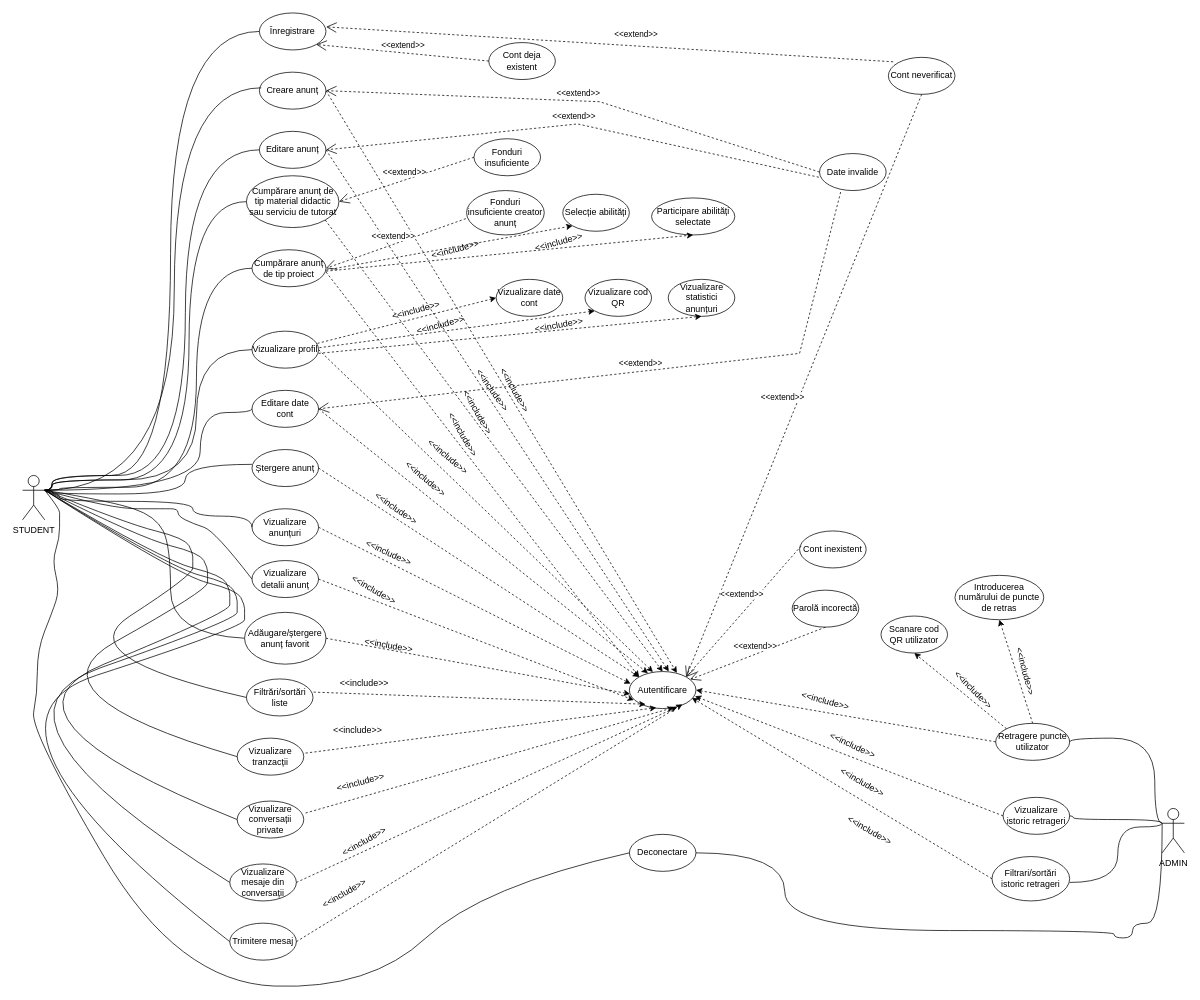
anisia1204/BidPlatformForStudents keeps this draw.io diagram as page "usecase-diagram" (2 of 4) of Diagramă fără titlu.drawio. Above is the earlier version. Source tidied: cells renumbered, new cells numbered last; positions are measured from the earlier drawing's top-left corner, leaving out a move shared by most shapes. Both pictures are drawn from the tidied source at 74%, with x=0, y=0 at pixel (-52, 13).
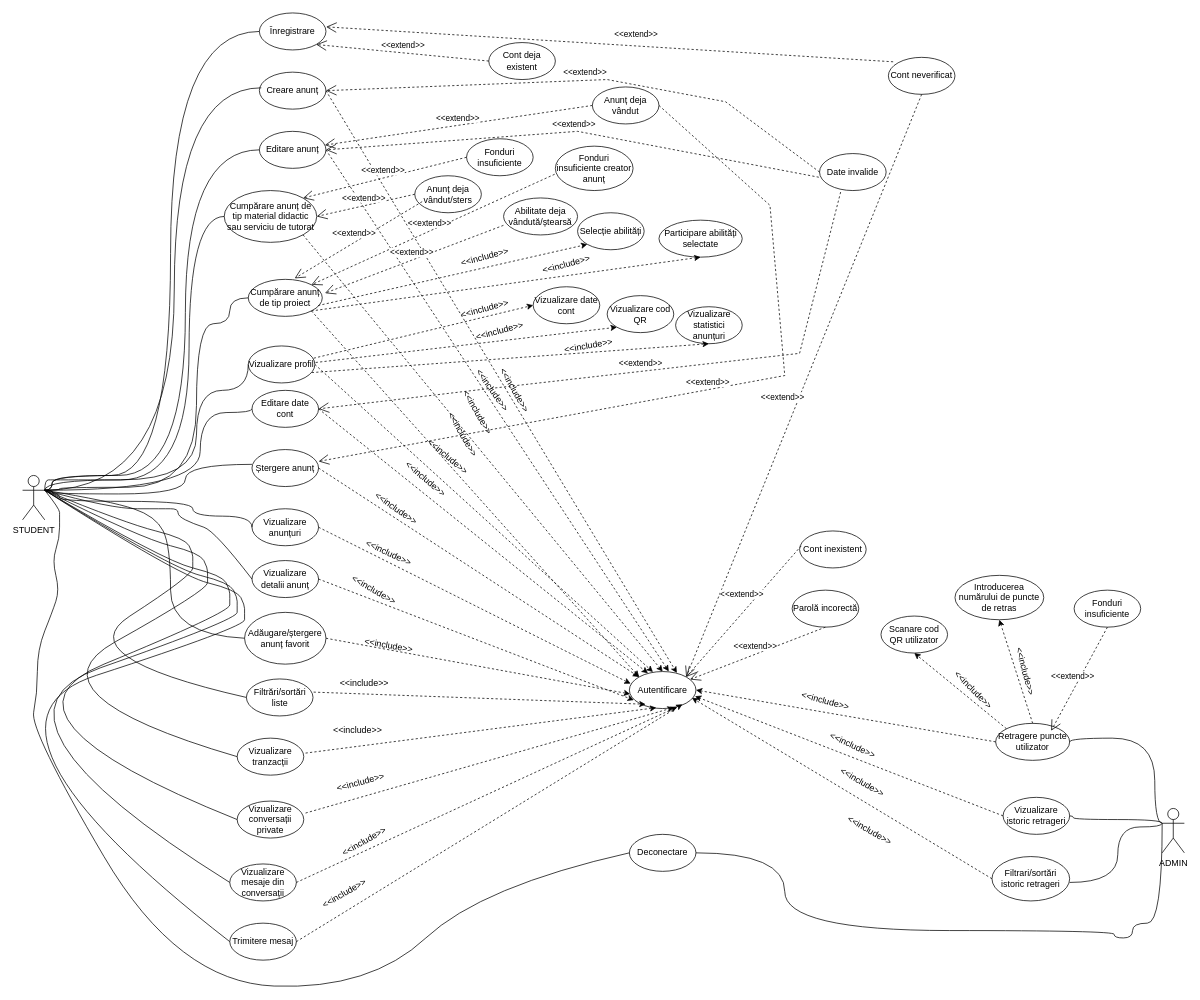
Above is the later version.

Commit message:
final form of usecase diagram

Unchanged cells that the change refers to:
```xml
<mxCell id="2" value="STUDENT" style="shape=umlActor;verticalLabelPosition=bottom;verticalAlign=top;html=1;" parent="1" vertex="1">
  <mxGeometry x="100" y="625" width="30" height="60" as="geometry" />
</mxCell>
<mxCell id="5" value="Autentificare" style="ellipse;whiteSpace=wrap;html=1;" parent="1" vertex="1">
  <mxGeometry x="920" y="890" width="90" height="50" as="geometry" />
</mxCell>
<mxCell id="6" value="Creare anunț" style="ellipse;whiteSpace=wrap;html=1;" parent="1" vertex="1">
  <mxGeometry x="420" y="80" width="90" height="50" as="geometry" />
</mxCell>
<mxCell id="7" value="Editare anunț" style="ellipse;whiteSpace=wrap;html=1;" parent="1" vertex="1">
  <mxGeometry x="420" y="160" width="90" height="50" as="geometry" />
</mxCell>
<mxCell id="117" value="Date invalide" style="ellipse;whiteSpace=wrap;html=1;" parent="1" vertex="1">
  <mxGeometry x="1177" y="190" width="90" height="50" as="geometry" />
</mxCell>
```

What changed in the source:
```diff
@@
     <mxCell id="8" value="Cumpărare anunț de tip material didactic sau serviciu de tutorat" style="ellipse;whiteSpace=wrap;html=1;" parent="1" vertex="1">
-      <mxGeometry x="402.5" y="220" width="125" height="70" as="geometry" />
+      <mxGeometry x="372.5" y="240" width="125" height="70" as="geometry" />
     </mxCell>
     <mxCell id="9" value="Vizualizare profil" style="ellipse;whiteSpace=wrap;html=1;" parent="1" vertex="1">
-      <mxGeometry x="410" y="430" width="90" height="50" as="geometry" />
+      <mxGeometry x="405" y="450" width="90" height="50" as="geometry" />
     </mxCell>
@@
     <mxCell id="34" style="edgeStyle=orthogonalEdgeStyle;rounded=0;jettySize=auto;html=1;exitX=1;exitY=0.3333333333333333;exitDx=0;exitDy=0;exitPerimeter=0;curved=1;endArrow=none;endFill=0;entryX=0;entryY=0.5;entryDx=0;entryDy=0;" parent="1" edge="1" source="2" target="9">
       <mxGeometry relative="1" as="geometry">
         <Array as="points">
-          <mxPoint x="140" y="631" />
+          <mxPoint x="130" y="631" />
           <mxPoint x="335" y="631" />
-          <mxPoint x="335" y="455" />
+          <mxPoint x="335" y="510" />
+          <mxPoint x="405" y="510" />
         </Array>
       </mxGeometry>
     </mxCell>
@@
     <mxCell id="94" value="Cumpărare anunț de tip proiect" style="ellipse;whiteSpace=wrap;html=1;" parent="1" vertex="1">
-      <mxGeometry x="410" y="320" width="100" height="50" as="geometry" />
+      <mxGeometry x="405" y="360" width="100" height="50" as="geometry" />
     </mxCell>
     <mxCell id="95" style="edgeStyle=orthogonalEdgeStyle;rounded=0;jettySize=auto;html=1;curved=1;endArrow=none;endFill=0;entryX=0;entryY=0.5;entryDx=0;entryDy=0;exitX=1;exitY=0.3333333333333333;exitDx=0;exitDy=0;exitPerimeter=0;" parent="1" edge="1" source="2" target="94">
       <mxGeometry relative="1" as="geometry">
         <Array as="points">
           <mxPoint x="150" y="645" />
           <mxPoint x="150" y="641" />
           <mxPoint x="335" y="641" />
-          <mxPoint x="335" y="345" />
+          <mxPoint x="335" y="420" />
+          <mxPoint x="380" y="420" />
+          <mxPoint x="380" y="385" />
         </Array>
       </mxGeometry>
     </mxCell>
-    <mxCell id="96" style="endArrow=classic;dashed=1;html=1;rounded=0;exitX=1.001;exitY=0.602;exitDx=0;exitDy=0;entryX=0;entryY=0;entryDx=0;entryDy=0;endFill=1;exitPerimeter=0;" parent="1" edge="1" source="94" target="5">
+    <mxCell id="96" style="endArrow=classic;dashed=1;html=1;rounded=0;exitX=1;exitY=1;exitDx=0;exitDy=0;entryX=0;entryY=0;entryDx=0;entryDy=0;endFill=1;" parent="1" edge="1" source="94" target="5">
       <mxGeometry relative="1" as="geometry" />
     </mxCell>
@@
     <mxCell id="98" value="Fonduri insuficiente" style="ellipse;whiteSpace=wrap;html=1;" parent="1" vertex="1">
-      <mxGeometry x="710" y="170" width="90" height="50" as="geometry" />
+      <mxGeometry x="700" y="170" width="90" height="50" as="geometry" />
     </mxCell>
-    <mxCell id="99" value="&amp;lt;&amp;lt;extend&amp;gt;&amp;gt;" style="endArrow=open;endSize=12;dashed=1;html=1;rounded=0;exitX=0;exitY=0.5;exitDx=0;exitDy=0;entryX=1;entryY=0.5;entryDx=0;entryDy=0;" parent="1" edge="1" source="98" target="8">
+    <mxCell id="99" value="&amp;lt;&amp;lt;extend&amp;gt;&amp;gt;" style="endArrow=open;endSize=12;dashed=1;html=1;rounded=0;exitX=0;exitY=0.5;exitDx=0;exitDy=0;entryX=1;entryY=0;entryDx=0;entryDy=0;" parent="1" edge="1" source="98" target="8">
       <mxGeometry y="-10" relative="1" as="geometry" />
     </mxCell>
     <mxCell id="100" value="Fonduri insuficiente creator anunț" style="ellipse;whiteSpace=wrap;html=1;" parent="1" vertex="1">
-      <mxGeometry x="700" y="240" width="105" height="60" as="geometry" />
+      <mxGeometry x="820" y="180" width="105" height="60" as="geometry" />
     </mxCell>
-    <mxCell id="101" value="&amp;lt;&amp;lt;extend&amp;gt;&amp;gt;" style="endArrow=open;endSize=12;dashed=1;html=1;rounded=0;exitX=-0.009;exitY=0.633;exitDx=0;exitDy=0;entryX=1;entryY=0.5;entryDx=0;entryDy=0;exitPerimeter=0;" parent="1" edge="1" source="100" target="94">
+    <mxCell id="101" value="&amp;lt;&amp;lt;extend&amp;gt;&amp;gt;" style="endArrow=open;endSize=12;dashed=1;html=1;rounded=0;exitX=-0.009;exitY=0.633;exitDx=0;exitDy=0;entryX=1;entryY=0;entryDx=0;entryDy=0;exitPerimeter=0;" parent="1" edge="1" source="100" target="94">
       <mxGeometry y="-10" relative="1" as="geometry" />
     </mxCell>
     <mxCell id="102" value="Selecție abilități" style="ellipse;whiteSpace=wrap;html=1;" parent="1" vertex="1">
-      <mxGeometry x="830" y="245" width="90" height="50" as="geometry" />
+      <mxGeometry x="850" y="270" width="90" height="50" as="geometry" />
     </mxCell>
     <mxCell id="103" value="Participare abilități selectate" style="ellipse;whiteSpace=wrap;html=1;" parent="1" vertex="1">
-      <mxGeometry x="950" y="250" width="112.5" height="50" as="geometry" />
+      <mxGeometry x="960" y="280" width="112.5" height="50" as="geometry" />
     </mxCell>
-    <mxCell id="104" style="endArrow=classic;dashed=1;html=1;rounded=0;exitX=1.004;exitY=0.549;exitDx=0;exitDy=0;entryX=0;entryY=1;entryDx=0;entryDy=0;endFill=1;exitPerimeter=0;" parent="1" edge="1" source="94" target="102">
+    <mxCell id="104" style="endArrow=classic;dashed=1;html=1;rounded=0;exitX=0.943;exitY=0.709;exitDx=0;exitDy=0;entryX=0;entryY=1;entryDx=0;entryDy=0;endFill=1;exitPerimeter=0;" parent="1" edge="1" source="94" target="102">
       <mxGeometry relative="1" as="geometry" />
     </mxCell>
-    <mxCell id="105" style="endArrow=classic;dashed=1;html=1;rounded=0;exitX=1.001;exitY=0.579;exitDx=0;exitDy=0;entryX=0.5;entryY=1;entryDx=0;entryDy=0;endFill=1;exitPerimeter=0;" parent="1" edge="1" source="94" target="103">
+    <mxCell id="105" style="endArrow=classic;dashed=1;html=1;rounded=0;exitX=1;exitY=1;exitDx=0;exitDy=0;entryX=0.5;entryY=1;entryDx=0;entryDy=0;endFill=1;" parent="1" edge="1" source="94" target="103">
       <mxGeometry relative="1" as="geometry" />
     </mxCell>
     <mxCell id="106" value="&amp;lt;&amp;lt;include&amp;gt;&amp;gt;" style="text;html=1;align=center;verticalAlign=middle;whiteSpace=wrap;rounded=0;rotation=-15;" parent="1" vertex="1">
-      <mxGeometry x="660" y="310" width="50" height="20" as="geometry" />
+      <mxGeometry x="700" y="320" width="50" height="20" as="geometry" />
     </mxCell>
     <mxCell id="107" value="&amp;lt;&amp;lt;include&amp;gt;&amp;gt;" style="text;html=1;align=center;verticalAlign=middle;whiteSpace=wrap;rounded=0;rotation=-15;" parent="1" vertex="1">
-      <mxGeometry x="800" y="300" width="50" height="20" as="geometry" />
+      <mxGeometry x="810" y="330" width="50" height="20" as="geometry" />
     </mxCell>
     <mxCell id="108" value="Vizualizare date cont" style="ellipse;whiteSpace=wrap;html=1;" parent="1" vertex="1">
-      <mxGeometry x="740" y="360" width="90" height="50" as="geometry" />
+      <mxGeometry x="790" y="370" width="90" height="50" as="geometry" />
     </mxCell>
     <mxCell id="109" value="Vizualizare cod QR" style="ellipse;whiteSpace=wrap;html=1;" parent="1" vertex="1">
-      <mxGeometry x="860" y="360" width="90" height="50" as="geometry" />
+      <mxGeometry x="890" y="382" width="90" height="50" as="geometry" />
     </mxCell>
     <mxCell id="110" value="Vizualizare statistici anunțuri" style="ellipse;whiteSpace=wrap;html=1;" parent="1" vertex="1">
-      <mxGeometry x="972.5" y="360" width="90" height="50" as="geometry" />
+      <mxGeometry x="982.5" y="397" width="90" height="50" as="geometry" />
     </mxCell>
@@
     <mxCell id="112" value="&amp;lt;&amp;lt;include&amp;gt;&amp;gt;" style="text;html=1;align=center;verticalAlign=middle;whiteSpace=wrap;rounded=0;rotation=-15;" parent="1" vertex="1">
-      <mxGeometry x="607" y="392" width="50" height="20" as="geometry" />
+      <mxGeometry x="700" y="390" width="50" height="20" as="geometry" />
     </mxCell>
@@
     <mxCell id="114" value="&amp;lt;&amp;lt;include&amp;gt;&amp;gt;" style="text;html=1;align=center;verticalAlign=middle;whiteSpace=wrap;rounded=0;rotation=-15;" parent="1" vertex="1">
-      <mxGeometry x="640" y="412" width="50" height="20" as="geometry" />
+      <mxGeometry x="720" y="420" width="50" height="20" as="geometry" />
     </mxCell>
-    <mxCell id="115" style="endArrow=classic;dashed=1;html=1;rounded=0;entryX=0.5;entryY=1;entryDx=0;entryDy=0;endFill=1;" parent="1" edge="1" target="110">
-      <mxGeometry relative="1" as="geometry">
-        <mxPoint x="500" y="460" as="sourcePoint" />
-      </mxGeometry>
+    <mxCell id="115" style="endArrow=classic;dashed=1;html=1;rounded=0;entryX=0.5;entryY=1;entryDx=0;entryDy=0;endFill=1;exitX=0.954;exitY=0.72;exitDx=0;exitDy=0;exitPerimeter=0;" parent="1" edge="1" source="9" target="110">
+      <mxGeometry relative="1" as="geometry" />
     </mxCell>
     <mxCell id="116" value="&amp;lt;&amp;lt;include&amp;gt;&amp;gt;" style="text;html=1;align=center;verticalAlign=middle;whiteSpace=wrap;rounded=0;rotation=-10;" parent="1" vertex="1">
-      <mxGeometry x="800" y="412" width="50" height="20" as="geometry" />
+      <mxGeometry x="840" y="440" width="50" height="20" as="geometry" />
     </mxCell>
@@
     <mxCell id="119" value="&amp;lt;&amp;lt;extend&amp;gt;&amp;gt;" style="endArrow=open;endSize=12;dashed=1;html=1;rounded=0;exitX=0;exitY=0.5;exitDx=0;exitDy=0;entryX=1;entryY=0.5;entryDx=0;entryDy=0;" parent="1" edge="1" source="117" target="6">
       <mxGeometry y="-10" relative="1" as="geometry">
         <Array as="points">
-          <mxPoint x="880" y="120" />
+          <mxPoint x="1050" y="120" />
+          <mxPoint x="890" y="90" />
         </Array>
       </mxGeometry>
     </mxCell>
     <mxCell id="120" value="&amp;lt;&amp;lt;extend&amp;gt;&amp;gt;" style="endArrow=open;endSize=12;dashed=1;html=1;rounded=0;exitX=-0.011;exitY=0.64;exitDx=0;exitDy=0;entryX=1;entryY=0.5;entryDx=0;entryDy=0;exitPerimeter=0;" parent="1" edge="1" source="117" target="7">
       <mxGeometry y="-10" relative="1" as="geometry">
         <Array as="points">
-          <mxPoint x="850" y="150" />
+          <mxPoint x="850" y="160" />
         </Array>
       </mxGeometry>
     </mxCell>
+    <mxCell id="121" value="Anunț deja vândut" style="ellipse;whiteSpace=wrap;html=1;" parent="1" vertex="1">
+      <mxGeometry x="870" y="100" width="90" height="50" as="geometry" />
+    </mxCell>
+    <mxCell id="122" value="&amp;lt;&amp;lt;extend&amp;gt;&amp;gt;" style="endArrow=open;endSize=12;dashed=1;html=1;rounded=0;exitX=0;exitY=0.5;exitDx=0;exitDy=0;" parent="1" edge="1" source="121" target="7">
+      <mxGeometry y="-10" relative="1" as="geometry" />
+    </mxCell>
+    <mxCell id="123" value="&amp;lt;&amp;lt;extend&amp;gt;&amp;gt;" style="endArrow=open;endSize=12;dashed=1;html=1;rounded=0;exitX=1;exitY=0.5;exitDx=0;exitDy=0;" parent="1" edge="1" source="121">
+      <mxGeometry y="-10" relative="1" as="geometry">
+        <mxPoint x="500" y="606" as="targetPoint" />
+        <Array as="points">
+          <mxPoint x="1110" y="260" />
+          <mxPoint x="1130" y="490" />
+        </Array>
+      </mxGeometry>
+    </mxCell>
+    <mxCell id="124" value="Anunț deja vândut/sters" style="ellipse;whiteSpace=wrap;html=1;" parent="1" vertex="1">
+      <mxGeometry x="630" y="220" width="90" height="50" as="geometry" />
+    </mxCell>
+    <mxCell id="125" value="&amp;lt;&amp;lt;extend&amp;gt;&amp;gt;" style="endArrow=open;endSize=12;dashed=1;html=1;rounded=0;exitX=0;exitY=0.5;exitDx=0;exitDy=0;entryX=1;entryY=0.5;entryDx=0;entryDy=0;" parent="1" edge="1" source="124" target="8">
+      <mxGeometry y="-10" relative="1" as="geometry" />
+    </mxCell>
+    <mxCell id="126" value="&amp;lt;&amp;lt;extend&amp;gt;&amp;gt;" style="endArrow=open;endSize=12;dashed=1;html=1;rounded=0;exitX=0;exitY=0.5;exitDx=0;exitDy=0;entryX=0.627;entryY=-0.027;entryDx=0;entryDy=0;entryPerimeter=0;" parent="1" edge="1" target="94">
+      <mxGeometry y="-10" relative="1" as="geometry">
+        <mxPoint x="640" y="255" as="sourcePoint" />
+      </mxGeometry>
+    </mxCell>
+    <mxCell id="127" value="Abilitate deja vândută/ștearsă" style="ellipse;whiteSpace=wrap;html=1;" parent="1" vertex="1">
+      <mxGeometry x="750" y="250" width="100" height="50" as="geometry" />
+    </mxCell>
+    <mxCell id="128" value="&amp;lt;&amp;lt;extend&amp;gt;&amp;gt;" style="endArrow=open;endSize=12;dashed=1;html=1;rounded=0;exitX=-0.002;exitY=0.741;exitDx=0;exitDy=0;entryX=1.037;entryY=0.373;entryDx=0;entryDy=0;exitPerimeter=0;entryPerimeter=0;" parent="1" edge="1" source="127" target="94">
+      <mxGeometry y="-10" relative="1" as="geometry" />
+    </mxCell>
+    <mxCell id="129" value="Fonduri insuficiente" style="ellipse;whiteSpace=wrap;html=1;" parent="1" vertex="1">
+      <mxGeometry x="1521" y="780" width="90" height="50" as="geometry" />
+    </mxCell>
+    <mxCell id="130" value="&amp;lt;&amp;lt;extend&amp;gt;&amp;gt;" style="endArrow=open;endSize=12;dashed=1;html=1;rounded=0;exitX=0.5;exitY=1;exitDx=0;exitDy=0;" parent="1" edge="1" source="129">
+      <mxGeometry y="-10" relative="1" as="geometry">
+        <mxPoint x="1490" y="970" as="targetPoint" />
+      </mxGeometry>
+    </mxCell>
```
